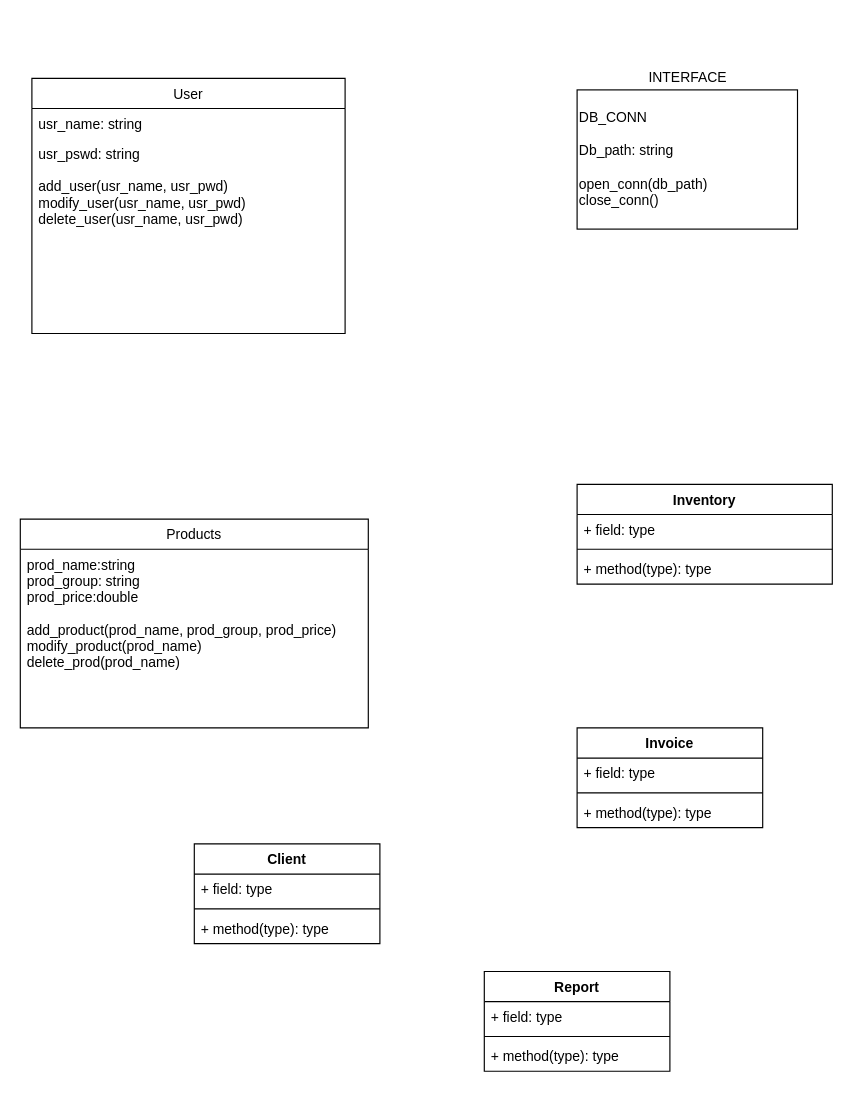
Before: polux_uml.drawio in rickyt03/-polux, a draw.io diagram. Source tidied: cells renumbered, new cells numbered last; positions are measured from the earlier drawing's top-left corner, leaving out a move shared by most shapes. Both pictures are drawn from the tidied source at 116%, with x=0, y=0 at pixel (20, 66).
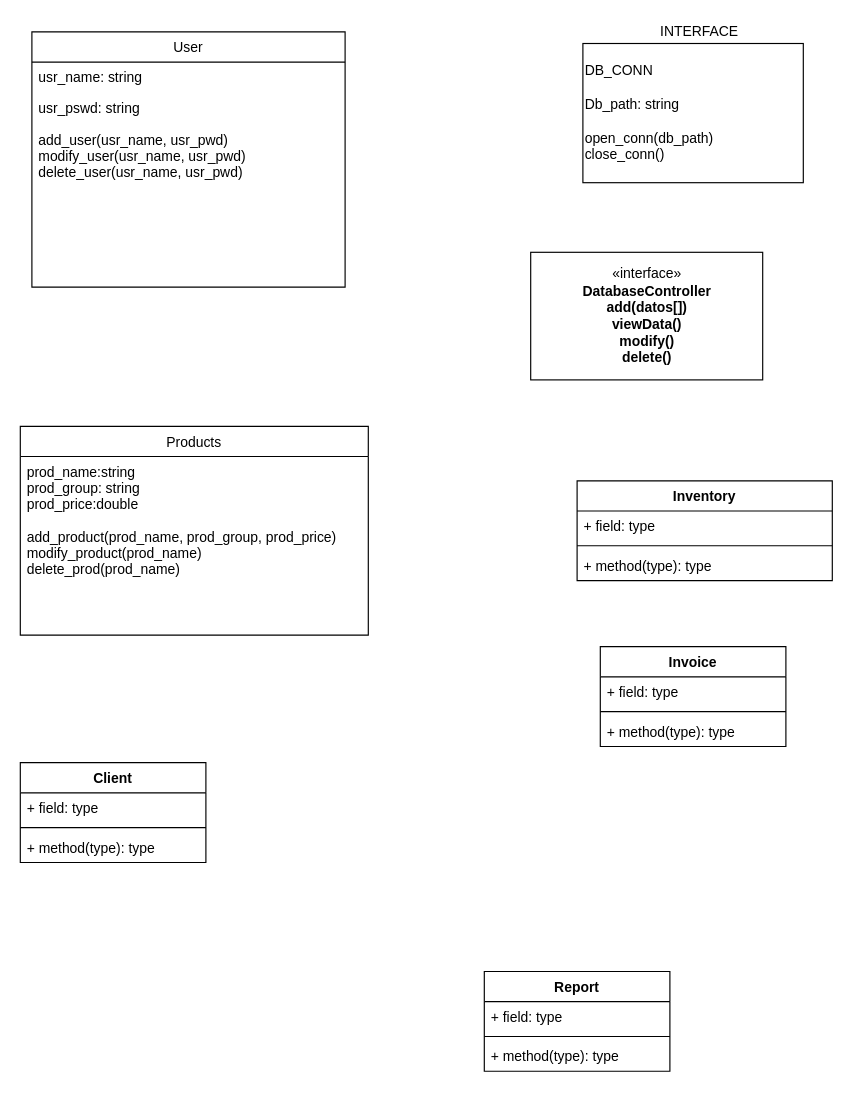
Above is the later version.

What changed in the source:
```diff
@@
     <mxCell id="2" value="&lt;div style=&quot;text-align: justify&quot;&gt;&lt;span&gt;DB_CONN&lt;/span&gt;&lt;/div&gt;&lt;div style=&quot;text-align: justify&quot;&gt;&lt;br&gt;&lt;/div&gt;&lt;div style=&quot;text-align: justify&quot;&gt;&lt;span&gt;Db_path: string&lt;/span&gt;&lt;/div&gt;&lt;div style=&quot;text-align: justify&quot;&gt;&lt;br&gt;&lt;/div&gt;&lt;div style=&quot;text-align: justify&quot;&gt;open_conn(db_path)&lt;/div&gt;&lt;div style=&quot;text-align: justify&quot;&gt;close_conn()&lt;/div&gt;" style="html=1;align=left;" parent="1" vertex="1">
-      <mxGeometry x="480" y="20" width="190" height="120" as="geometry" />
+      <mxGeometry x="485" y="-20" width="190" height="120" as="geometry" />
     </mxCell>
     <mxCell id="3" value="User" style="swimlane;fontStyle=0;horizontal=1;startSize=26;fillColor=none;" parent="1" vertex="1">
-      <mxGeometry x="10" y="10" width="270" height="220" as="geometry" />
+      <mxGeometry x="10" y="-30" width="270" height="220" as="geometry" />
     </mxCell>
@@
     <mxCell id="6" value="Products" style="swimlane;fontStyle=0;horizontal=1;startSize=26;fillColor=none;" parent="1" vertex="1">
-      <mxGeometry y="390" width="300" height="180" as="geometry" />
+      <mxGeometry y="310" width="300" height="180" as="geometry" />
     </mxCell>
@@
     <mxCell id="8" value="INTERFACE" style="text;html=1;align=left;verticalAlign=top;spacingTop=-4;" parent="1" vertex="1">
-      <mxGeometry x="540" width="80" height="20" as="geometry" />
+      <mxGeometry x="550" y="-40" width="80" height="20" as="geometry" />
     </mxCell>
     <mxCell id="9" value="Inventory" style="swimlane;fontStyle=1;align=center;verticalAlign=top;horizontal=1;startSize=26;" parent="1" vertex="1">
-      <mxGeometry x="480" y="360" width="220" height="86" as="geometry" />
+      <mxGeometry x="480" y="357" width="220" height="86" as="geometry" />
     </mxCell>
@@
     <mxCell id="13" value="Invoice" style="swimlane;fontStyle=1;align=center;verticalAlign=top;horizontal=1;startSize=26;" parent="1" vertex="1">
-      <mxGeometry x="480" y="570" width="160" height="86" as="geometry" />
+      <mxGeometry x="500" y="500" width="160" height="86" as="geometry" />
     </mxCell>
@@
     <mxCell id="17" value="Client" style="swimlane;fontStyle=1;align=center;verticalAlign=top;horizontal=1;startSize=26;" parent="1" vertex="1">
-      <mxGeometry x="150" y="670" width="160" height="86" as="geometry" />
+      <mxGeometry y="600" width="160" height="86" as="geometry" />
     </mxCell>
@@
+    <mxCell id="25" value="«interface»&lt;br&gt;&lt;b&gt;DatabaseController&lt;br&gt;add(datos[])&lt;br&gt;viewData()&lt;br&gt;modify()&lt;br&gt;delete()&lt;br&gt;&lt;/b&gt;" style="html=1;" parent="1" vertex="1">
+      <mxGeometry x="440" y="160" width="200" height="110" as="geometry" />
+    </mxCell>
```
